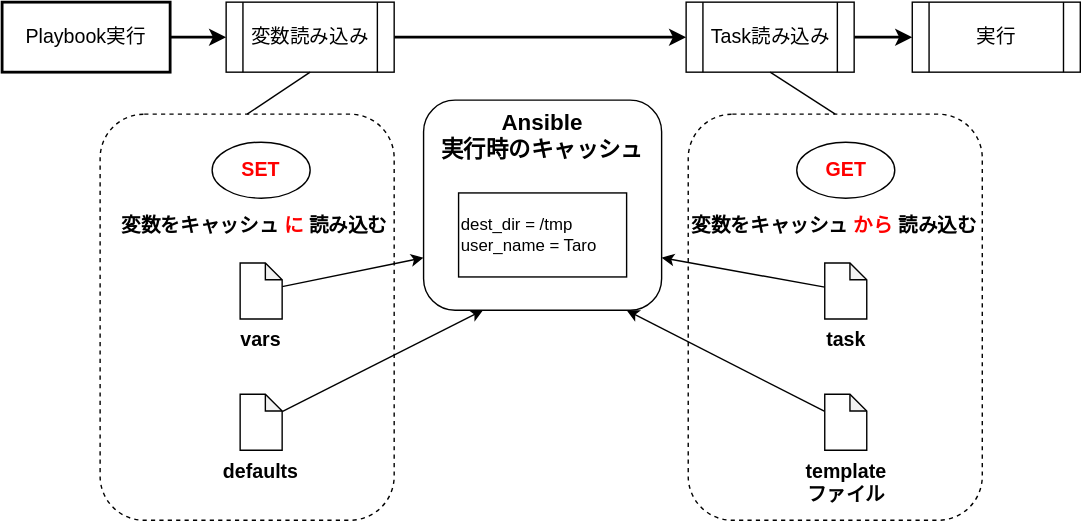
This is lesson/03_practice/img/vars.drawio.svg from infra-handson/ansible-training, a draw.io export, as it was before one commit. Source tidied: cells renumbered, new cells last; positions are measured from the earlier drawing's top-left corner, leaving out a move shared by most shapes.
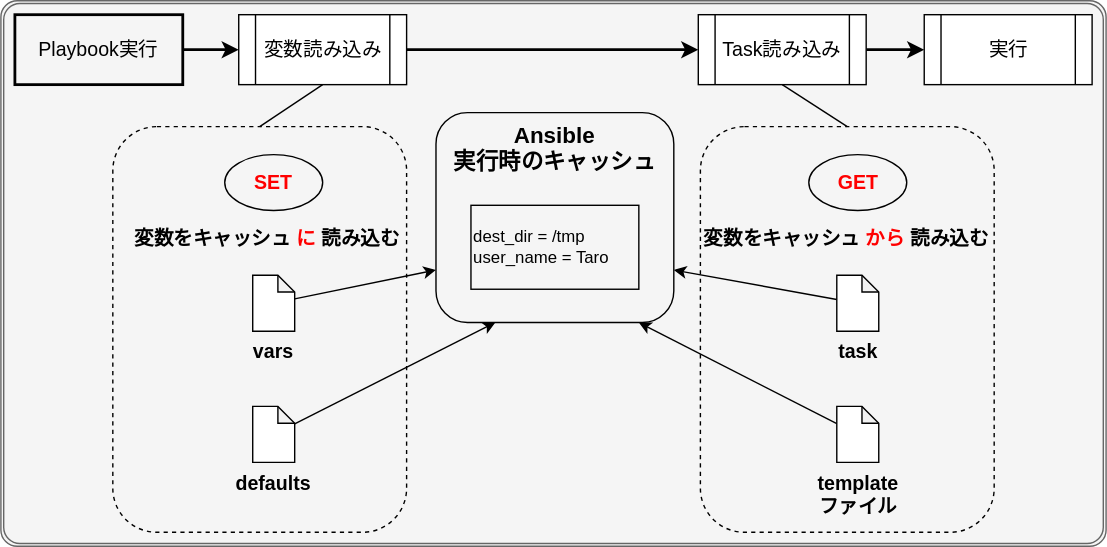
Later version of the same file.

Diff of the diagram source:
```diff
@@ -2,6 +2,9 @@
   <root>
     <mxCell id="0" />
     <mxCell id="1" parent="0" />
+    <mxCell id="27" style="shape=ext;double=1;rounded=1;whiteSpace=wrap;html=1;arcSize=3;fillColor=#f5f5f5;fontColor=#333333;strokeColor=#666666;" parent="1" vertex="1">
+      <mxGeometry x="-10" y="-10" width="790" height="390" as="geometry" />
+    </mxCell>
     <mxCell id="2" value="Ansible&lt;br&gt;実行時のキャッシュ" style="rounded=1;whiteSpace=wrap;html=1;fontSize=16;fillColor=none;verticalAlign=top;fontStyle=1;" parent="1" vertex="1">
       <mxGeometry x="301" y="70" width="170" height="150" as="geometry" />
     </mxCell>
```
